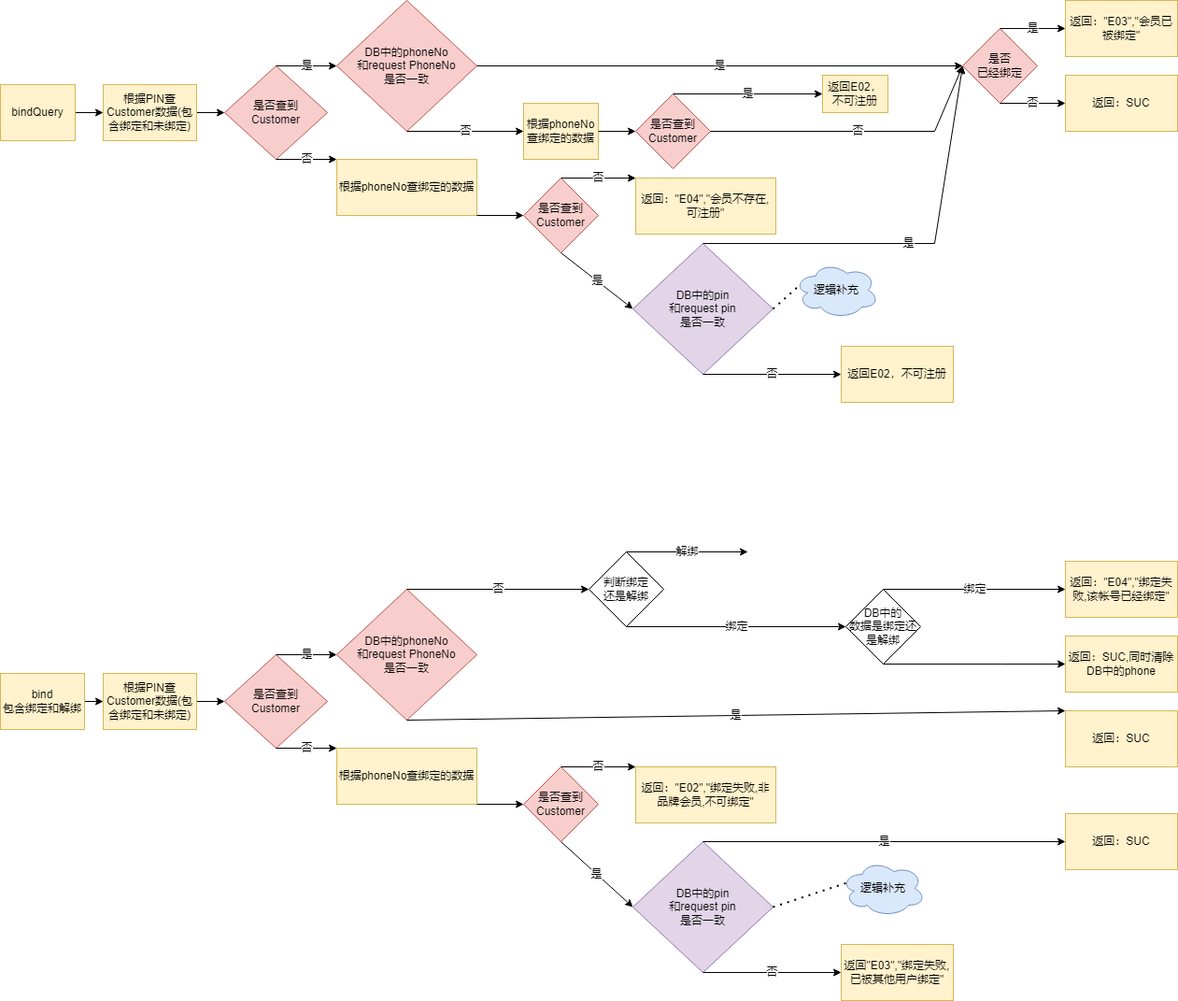
Before: diagrams2/111.png, a diagram exported from draw.io (xiaoqforever/diagrams). Source tidied: cells renumbered, new cells last; positions are measured from the earlier drawing's top-left corner, leaving out a move shared by most shapes.
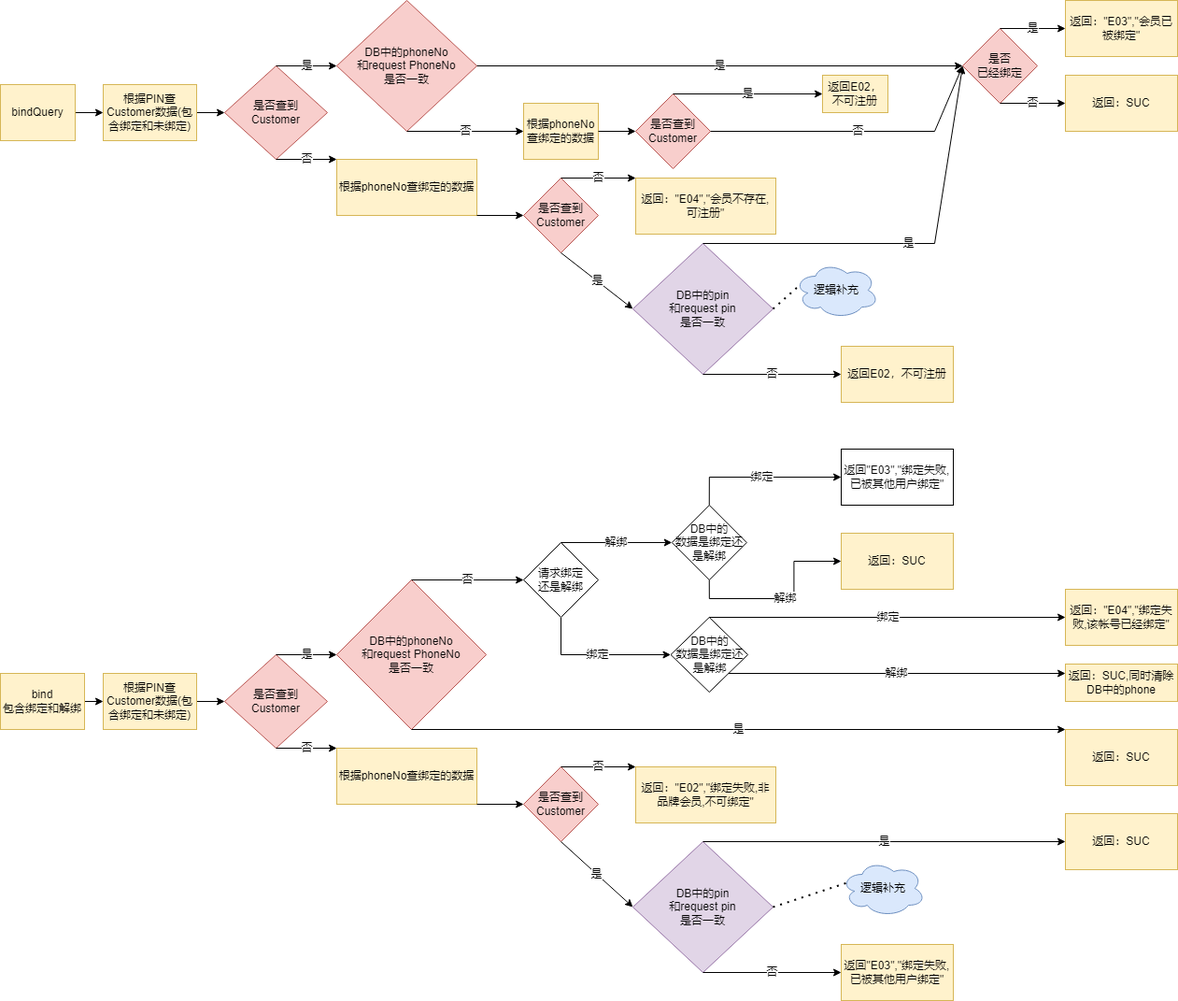
The same file after the commit.

What changed in the source:
```diff
@@ -149,7 +149,7 @@
       <mxGeometry relative="1" as="geometry" />
     </mxCell>
     <mxCell id="47" value="DB中的phoneNo&lt;br&gt;和request&amp;nbsp;PhoneNo&lt;br&gt;是否一致" style="rhombus;whiteSpace=wrap;html=1;fillColor=#f8cecc;strokeColor=#b85450;" parent="1" vertex="1">
-      <mxGeometry x="360" y="630" width="150" height="140" as="geometry" />
+      <mxGeometry x="360" y="620" width="160" height="160" as="geometry" />
     </mxCell>
     <mxCell id="48" value="是" style="endArrow=classic;html=1;rounded=0;exitX=0.5;exitY=1;exitDx=0;exitDy=0;entryX=0;entryY=0;entryDx=0;entryDy=0;" parent="1" edge="1" source="47" target="65">
       <mxGeometry relative="1" as="geometry" />
@@ -203,40 +203,51 @@
       <mxGeometry relative="1" as="geometry" />
     </mxCell>
     <mxCell id="65" value="返回：SUC" style="rounded=0;whiteSpace=wrap;html=1;fillColor=#fff2cc;strokeColor=#d6b656;" parent="1" vertex="1">
-      <mxGeometry x="1140" y="760" width="120" height="60" as="geometry" />
+      <mxGeometry x="1140" y="780" width="120" height="60" as="geometry" />
     </mxCell>
     <mxCell id="66" value="否" style="endArrow=classic;html=1;rounded=0;exitX=0.5;exitY=0;exitDx=0;exitDy=0;entryX=0;entryY=0.5;entryDx=0;entryDy=0;" parent="1" edge="1" source="47" target="67">
       <mxGeometry relative="1" as="geometry" />
     </mxCell>
+    <mxCell id="68" value="绑定" style="edgeStyle=orthogonalEdgeStyle;rounded=0;jettySize=auto;html=1;exitX=0.5;exitY=1;exitDx=0;exitDy=0;entryX=0;entryY=0.5;entryDx=0;entryDy=0;" parent="1" edge="1" source="67" target="70">
+      <mxGeometry relative="1" as="geometry" />
+    </mxCell>
-    <mxCell id="67" value="判断绑定&lt;br&gt;还是解绑" style="rhombus;whiteSpace=wrap;html=1;" parent="1" vertex="1">
-      <mxGeometry x="630" y="590" width="80" height="80" as="geometry" />
+    <mxCell id="67" value="请求绑定&lt;br&gt;还是解绑" style="rhombus;whiteSpace=wrap;html=1;" parent="1" vertex="1">
+      <mxGeometry x="560" y="580" width="80" height="80" as="geometry" />
     </mxCell>
-    <mxCell id="68" value="绑定" style="endArrow=classic;html=1;rounded=0;exitX=0.5;exitY=1;exitDx=0;exitDy=0;entryX=0;entryY=0.5;entryDx=0;entryDy=0;" parent="1" edge="1" source="67" target="70">
-      <mxGeometry relative="1" as="geometry" />
-    </mxCell>
-    <mxCell id="69" value="解绑" style="endArrow=classic;html=1;rounded=0;exitX=0.5;exitY=0;exitDx=0;exitDy=0;" parent="1" edge="1" source="67">
-      <mxGeometry relative="1" as="geometry">
-        <mxPoint x="800" y="590" as="targetPoint" />
-      </mxGeometry>
+    <mxCell id="69" value="解绑" style="endArrow=classic;html=1;rounded=0;exitX=0.5;exitY=0;exitDx=0;exitDy=0;entryX=0;entryY=0.5;entryDx=0;entryDy=0;" parent="1" edge="1" source="67" target="77">
+      <mxGeometry relative="1" as="geometry" />
     </mxCell>
     <mxCell id="70" value="DB中的&lt;br&gt;数据是绑定还是解绑" style="rhombus;whiteSpace=wrap;html=1;" parent="1" vertex="1">
-      <mxGeometry x="905" y="630" width="80" height="80" as="geometry" />
+      <mxGeometry x="717.5" y="660" width="82.5" height="80" as="geometry" />
     </mxCell>
     <mxCell id="71" value="绑定" style="endArrow=classic;html=1;rounded=0;exitX=0.5;exitY=0;exitDx=0;exitDy=0;entryX=0;entryY=0.5;entryDx=0;entryDy=0;" parent="1" edge="1" source="70" target="72">
       <mxGeometry relative="1" as="geometry" />
     </mxCell>
     <mxCell id="72" value="返回：&quot;E04&quot;,&quot;绑定失败,该帐号已经绑定&quot;" style="rounded=0;whiteSpace=wrap;html=1;fillColor=#fff2cc;strokeColor=#d6b656;" parent="1" vertex="1">
-      <mxGeometry x="1140" y="600" width="120" height="60" as="geometry" />
+      <mxGeometry x="1140" y="630" width="120" height="60" as="geometry" />
     </mxCell>
+    <mxCell id="74" value="返回：SUC,同时清除DB中的phone" style="rounded=0;whiteSpace=wrap;html=1;fillColor=#fff2cc;strokeColor=#d6b656;" parent="1" vertex="1">
+      <mxGeometry x="1140" y="710" width="120" height="40" as="geometry" />
+    </mxCell>
+    <mxCell id="75" value="绑定" style="edgeStyle=orthogonalEdgeStyle;rounded=0;jettySize=auto;html=1;exitX=0.5;exitY=0;exitDx=0;exitDy=0;entryX=0;entryY=0.5;entryDx=0;entryDy=0;" parent="1" edge="1" source="77" target="78">
+      <mxGeometry relative="1" as="geometry" />
+    </mxCell>
+    <mxCell id="76" value="解绑" style="edgeStyle=orthogonalEdgeStyle;rounded=0;jettySize=auto;html=1;exitX=0.5;exitY=1;exitDx=0;exitDy=0;" parent="1" edge="1" source="77">
+      <mxGeometry relative="1" as="geometry">
+        <mxPoint x="900" y="600" as="targetPoint" />
+      </mxGeometry>
+    </mxCell>
+    <mxCell id="77" value="DB中的&lt;br&gt;数据是绑定还是解绑" style="rhombus;whiteSpace=wrap;html=1;" parent="1" vertex="1">
+      <mxGeometry x="718.8" y="540" width="80" height="80" as="geometry" />
+    </mxCell>
-    <mxCell id="73" style="endArrow=classic;html=1;rounded=0;exitX=0.5;exitY=1;exitDx=0;exitDy=0;entryX=0;entryY=0.5;entryDx=0;entryDy=0;" parent="1" edge="1" source="70" target="74">
-      <mxGeometry relative="1" as="geometry">
-        <Array as="points">
-          <mxPoint x="1070" y="710" />
-        </Array>
-      </mxGeometry>
+    <mxCell id="73" value="解绑" style="endArrow=classic;html=1;rounded=0;exitX=1;exitY=1;exitDx=0;exitDy=0;entryX=0;entryY=0.25;entryDx=0;entryDy=0;" parent="1" edge="1" source="70" target="74">
+      <mxGeometry relative="1" as="geometry" />
     </mxCell>
-    <mxCell id="74" value="返回：SUC,同时清除DB中的phone" style="rounded=0;whiteSpace=wrap;html=1;fillColor=#fff2cc;strokeColor=#d6b656;" parent="1" vertex="1">
-      <mxGeometry x="1140" y="680" width="120" height="60" as="geometry" />
-    </mxCell>
+    <mxCell id="78" value="返回&quot;E03&quot;,&quot;绑定失败,已被其他用户绑定&quot;" style="rounded=0;whiteSpace=wrap;html=1;" parent="1" vertex="1">
+      <mxGeometry x="900" y="480" width="120" height="60" as="geometry" />
+    </mxCell>
+    <mxCell id="79" value="返回：SUC" style="rounded=0;whiteSpace=wrap;html=1;fillColor=#fff2cc;strokeColor=#d6b656;" parent="1" vertex="1">
+      <mxGeometry x="900" y="570" width="120" height="60" as="geometry" />
+    </mxCell>
   </root>
 </mxGraphModel>
```
